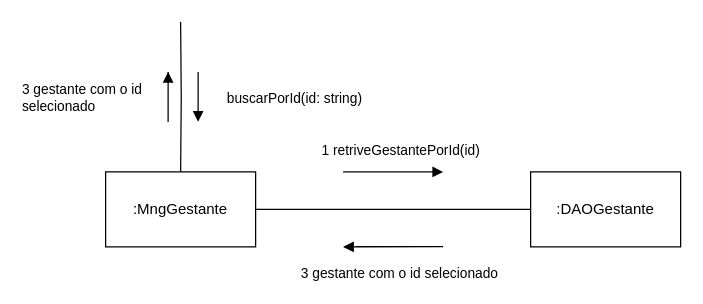
Earlier version of the draw.io diagram page "buscar Por Id" (4 of 10) of diagram de comunicação.drawio (LuizGustavoNascimeto/draw.io). Source tidied: cells renumbered, new cells numbered last; positions are measured from the earlier drawing's top-left corner, leaving out a move shared by most shapes. Both pictures are drawn from the tidied source at 125%, with x=0, y=0 at pixel (105, 21).
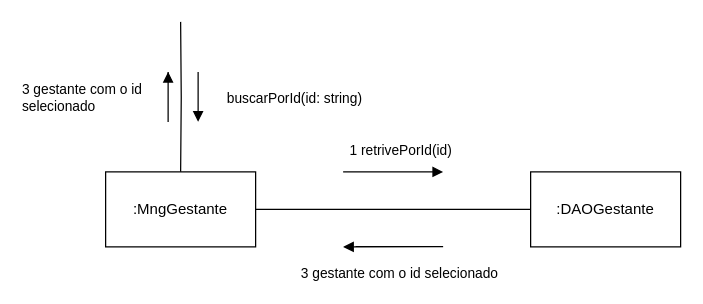
After the change.

The change refers to these unchanged cells:
```xml
<mxCell id="11" style="endArrow=block;html=1;rounded=0;strokeColor=default;align=center;verticalAlign=middle;fontFamily=Helvetica;fontSize=11;fontColor=default;labelBackgroundColor=default;" parent="1" edge="1">
  <mxGeometry relative="1" as="geometry">
    <mxPoint x="190" y="120" as="sourcePoint" />
    <mxPoint x="270" y="120" as="targetPoint" />
  </mxGeometry>
</mxCell>
```

What changed in the source:
```diff
@@
-    <mxCell id="12" value="1 r&lt;span&gt;&lt;span&gt;etriveGestantePorId(id)&lt;/span&gt;&lt;/span&gt;" style="edgeLabel;html=1;align=center;verticalAlign=middle;fontFamily=Helvetica;fontSize=11;fontColor=default;labelBackgroundColor=default;rotation=0;" parent="11" vertex="1">
+    <mxCell id="12" value="1 r&lt;span&gt;&lt;span&gt;etrivePorId(id)&lt;/span&gt;&lt;/span&gt;" style="edgeLabel;html=1;align=center;verticalAlign=middle;fontFamily=Helvetica;fontSize=11;fontColor=default;labelBackgroundColor=default;rotation=0;" parent="11" vertex="1">
       <mxGeometry x="-0.28" y="-1" relative="1" as="geometry">
         <mxPoint x="16" y="-19" as="offset" />
       </mxGeometry>
     </mxCell>
```
